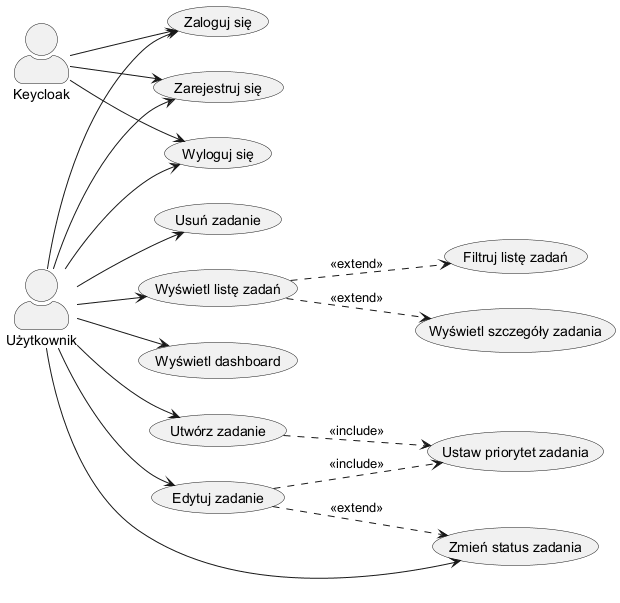
Before: doc/diagrams/use_case_diagram.png, a diagram exported from PlantUML (codingbart/todoapp). The source it was exported from:
```plantuml
@startuml
left to right direction
skinparam actorStyle awesome

actor "Użytkownik" as User
actor "Keycloak" as KC

usecase "Zaloguj się" as UC1
usecase "Zarejestruj się" as UC2
usecase "Wyloguj się" as UC3
usecase "Utwórz zadanie" as UC4
usecase "Edytuj zadanie" as UC5
usecase "Usuń zadanie" as UC6
usecase "Wyświetl listę zadań" as UC7
usecase "Filtruj listę zadań" as UC8
usecase "Wyświetl dashboard" as UC11
usecase "Wyświetl szczegóły zadania" as UC12
usecase "Zmień status zadania" as UC13
usecase "Ustaw priorytet zadania" as UC14

User --> UC1
User --> UC2
User --> UC3
User --> UC4
User --> UC5
User --> UC6
User --> UC7
User --> UC11
User --> UC13

UC4 ..> UC14 : <<include>>
UC5 ..> UC14 : <<include>>
UC5 ..> UC13 : <<extend>>
UC7 ..> UC8 : <<extend>>
UC7 ..> UC12 : <<extend>>

KC --> UC1
KC --> UC2
KC --> UC3

@enduml
```
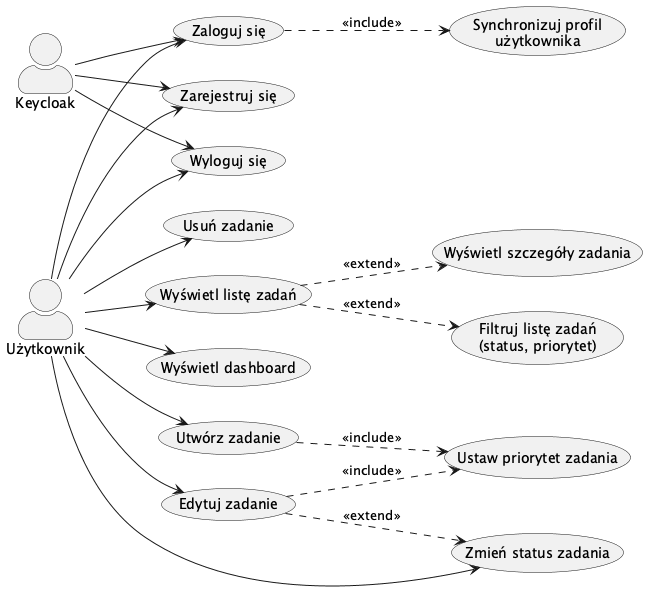
Above is the later version.

Change to the diagram source:
```diff
@@ -12,11 +12,12 @@
 usecase "Edytuj zadanie" as UC5
 usecase "Usuń zadanie" as UC6
 usecase "Wyświetl listę zadań" as UC7
-usecase "Filtruj listę zadań" as UC8
+usecase "Filtruj listę zadań\n(status, priorytet)" as UC8
 usecase "Wyświetl dashboard" as UC11
 usecase "Wyświetl szczegóły zadania" as UC12
 usecase "Zmień status zadania" as UC13
 usecase "Ustaw priorytet zadania" as UC14
+usecase "Synchronizuj profil\nużytkownika" as UC15
 
 User --> UC1
 User --> UC2
@@ -33,6 +34,7 @@
 UC5 ..> UC13 : <<extend>>
 UC7 ..> UC8 : <<extend>>
 UC7 ..> UC12 : <<extend>>
+UC1 ..> UC15 : <<include>>
 
 KC --> UC1
 KC --> UC2
```
